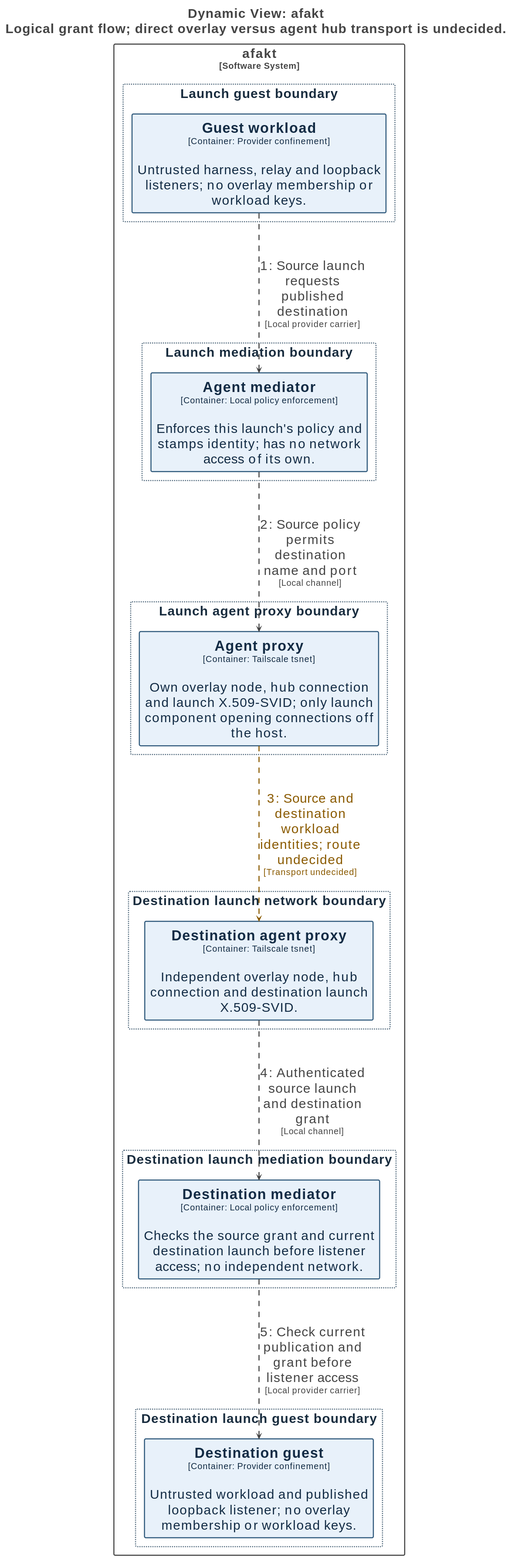
The PlantUML diagram docs/diagrams/structurizr-network-flow-grant.svg in tbhb-dev/afakt, before a commit. Its source is kept beside it as docs/diagrams/structurizr-network-flow-grant.puml.
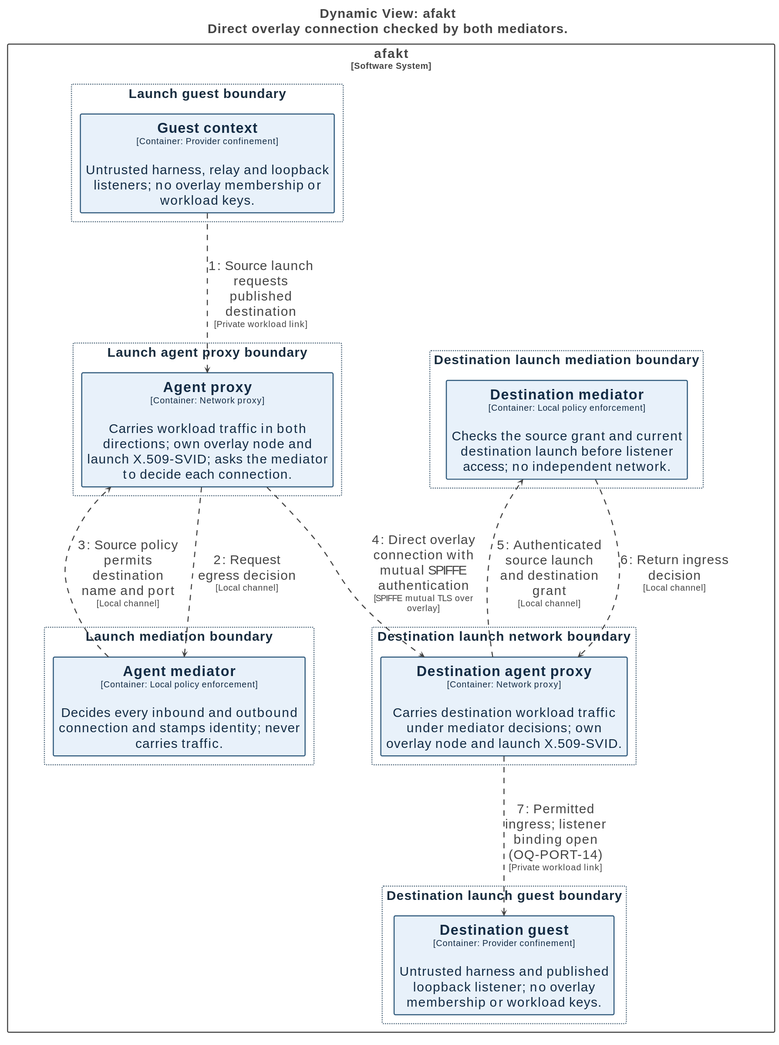
The same diagram one commit later.

Change to the diagram source:
```diff
@@ -1,5 +1,5 @@
 @startuml
-title <size:24>Dynamic View: afakt</size>\n<size:24>Logical grant flow; direct overlay versus agent hub transport is undecided.</size>
+title <size:24>Dynamic View: afakt</size>\n<size:24>Direct overlay connection checked by both mediators.</size>
 
 set separator none
 top to bottom direction
@@ -35,15 +35,6 @@
     LineStyle: 10-10;
     LineColor: #444444;
     FontColor: #444444;
-    FontSize: 24;
-    MaximumWidth: 200;
-  }
-  // Relationship,Undecided
-  .Relationship-UmVsYXRpb25zaGlwLFVuZGVjaWRlZA== {
-    LineThickness: 2;
-    LineStyle: 10-10;
-    LineColor: #8a5a00;
-    FontColor: #8a5a00;
     FontSize: 24;
     MaximumWidth: 200;
   }
@@ -128,7 +119,7 @@
 
 rectangle "afakt\n<size:16>[Software System]</size>" <<Boundary-YWZha3Q=>> {
   rectangle "Destination launch guest boundary" <<Group-RGVzdGluYXRpb24gbGF1bmNoIGd1ZXN0IGJvdW5kYXJ5>> as group20 {
-    rectangle "==Destination guest\n<size:16>[Container: Provider confinement]</size>\n\nUntrusted workload and published loopback listener; no overlay membership or workload keys." <<Element-RWxlbWVudCxUb3BvbG9neQ==>> as afakt.Destinationguest
+    rectangle "==Destination guest\n<size:16>[Container: Provider confinement]</size>\n\nUntrusted harness and published loopback listener; no overlay membership or workload keys." <<Element-RWxlbWVudCxUb3BvbG9neQ==>> as afakt.Destinationguest
   }
 
   rectangle "Destination launch mediation boundary" <<Group-RGVzdGluYXRpb24gbGF1bmNoIG1lZGlhdGlvbiBib3VuZGFyeQ==>> as group21 {
@@ -136,27 +127,29 @@
   }
 
   rectangle "Destination launch network boundary" <<Group-RGVzdGluYXRpb24gbGF1bmNoIG5ldHdvcmsgYm91bmRhcnk=>> as group22 {
-    rectangle "==Destination agent proxy\n<size:16>[Container: Tailscale tsnet]</size>\n\nIndependent overlay node, hub connection and destination launch X.509-SVID." <<Element-RWxlbWVudCxUb3BvbG9neQ==>> as afakt.Destinationagentproxy
+    rectangle "==Destination agent proxy\n<size:16>[Container: Network proxy]</size>\n\nCarries destination workload traffic under mediator decisions; own overlay node and launch X.509-SVID." <<Element-RWxlbWVudCxUb3BvbG9neQ==>> as afakt.Destinationagentproxy
   }
 
   rectangle "Launch agent proxy boundary" <<Group-TGF1bmNoIGFnZW50IHByb3h5IGJvdW5kYXJ5>> as group23 {
-    rectangle "==Agent proxy\n<size:16>[Container: Tailscale tsnet]</size>\n\nOwn overlay node, hub connection and launch X.509-SVID; only launch component opening connections off the host." <<Element-RWxlbWVudCxUb3BvbG9neQ==>> as afakt.Agentproxy
+    rectangle "==Agent proxy\n<size:16>[Container: Network proxy]</size>\n\nCarries workload traffic in both directions; own overlay node and launch X.509-SVID; asks the mediator to decide each connection." <<Element-RWxlbWVudCxUb3BvbG9neQ==>> as afakt.Agentproxy
   }
 
   rectangle "Launch guest boundary" <<Group-TGF1bmNoIGd1ZXN0IGJvdW5kYXJ5>> as group24 {
-    rectangle "==Guest workload\n<size:16>[Container: Provider confinement]</size>\n\nUntrusted harness, relay and loopback listeners; no overlay membership or workload keys." <<Element-RWxlbWVudCxUb3BvbG9neQ==>> as afakt.Guestworkload
+    rectangle "==Guest context\n<size:16>[Container: Provider confinement]</size>\n\nUntrusted harness, relay and loopback listeners; no overlay membership or workload keys." <<Element-RWxlbWVudCxUb3BvbG9neQ==>> as afakt.Guestcontext
   }
 
   rectangle "Launch mediation boundary" <<Group-TGF1bmNoIG1lZGlhdGlvbiBib3VuZGFyeQ==>> as group25 {
-    rectangle "==Agent mediator\n<size:16>[Container: Local policy enforcement]</size>\n\nEnforces this launch's policy and stamps identity; has no network access of its own." <<Element-RWxlbWVudCxUb3BvbG9neQ==>> as afakt.Agentmediator
+    rectangle "==Agent mediator\n<size:16>[Container: Local policy enforcement]</size>\n\nDecides every inbound and outbound connection and stamps identity; never carries traffic." <<Element-RWxlbWVudCxUb3BvbG9neQ==>> as afakt.Agentmediator
   }
 
 }
 
-afakt.Guestworkload --> afakt.Agentmediator <<Relationship-UmVsYXRpb25zaGlw>> : "1: Source launch requests published destination\n<size:16>[Local provider carrier]</size>"
-afakt.Agentmediator --> afakt.Agentproxy <<Relationship-UmVsYXRpb25zaGlw>> : "2: Source policy permits destination name and port\n<size:16>[Local channel]</size>"
-afakt.Agentproxy --> afakt.Destinationagentproxy <<Relationship-UmVsYXRpb25zaGlwLFVuZGVjaWRlZA==>> : "3: Source and destination workload identities; route undecided\n<size:16>[Transport undecided]</size>"
-afakt.Destinationagentproxy --> afakt.Destinationmediator <<Relationship-UmVsYXRpb25zaGlw>> : "4: Authenticated source launch and destination grant\n<size:16>[Local channel]</size>"
-afakt.Destinationmediator --> afakt.Destinationguest <<Relationship-UmVsYXRpb25zaGlw>> : "5: Check current publication and grant before listener access\n<size:16>[Local provider carrier]</size>"
+afakt.Guestcontext --> afakt.Agentproxy <<Relationship-UmVsYXRpb25zaGlw>> : "1: Source launch requests published destination\n<size:16>[Private workload link]</size>"
+afakt.Agentproxy --> afakt.Agentmediator <<Relationship-UmVsYXRpb25zaGlw>> : "2: Request egress decision\n<size:16>[Local channel]</size>"
+afakt.Agentmediator --> afakt.Agentproxy <<Relationship-UmVsYXRpb25zaGlw>> : "3: Source policy permits destination name and port\n<size:16>[Local channel]</size>"
+afakt.Agentproxy --> afakt.Destinationagentproxy <<Relationship-UmVsYXRpb25zaGlw>> : "4: Direct overlay connection with mutual SPIFFE authentication\n<size:16>[SPIFFE mutual TLS over overlay]</size>"
+afakt.Destinationagentproxy --> afakt.Destinationmediator <<Relationship-UmVsYXRpb25zaGlw>> : "5: Authenticated source launch and destination grant\n<size:16>[Local channel]</size>"
+afakt.Destinationmediator --> afakt.Destinationagentproxy <<Relationship-UmVsYXRpb25zaGlw>> : "6: Return ingress decision\n<size:16>[Local channel]</size>"
+afakt.Destinationagentproxy --> afakt.Destinationguest <<Relationship-UmVsYXRpb25zaGlw>> : "7: Permitted ingress; listener binding open (OQ-PORT-14)\n<size:16>[Private workload link]</size>"
 
 @enduml
```
